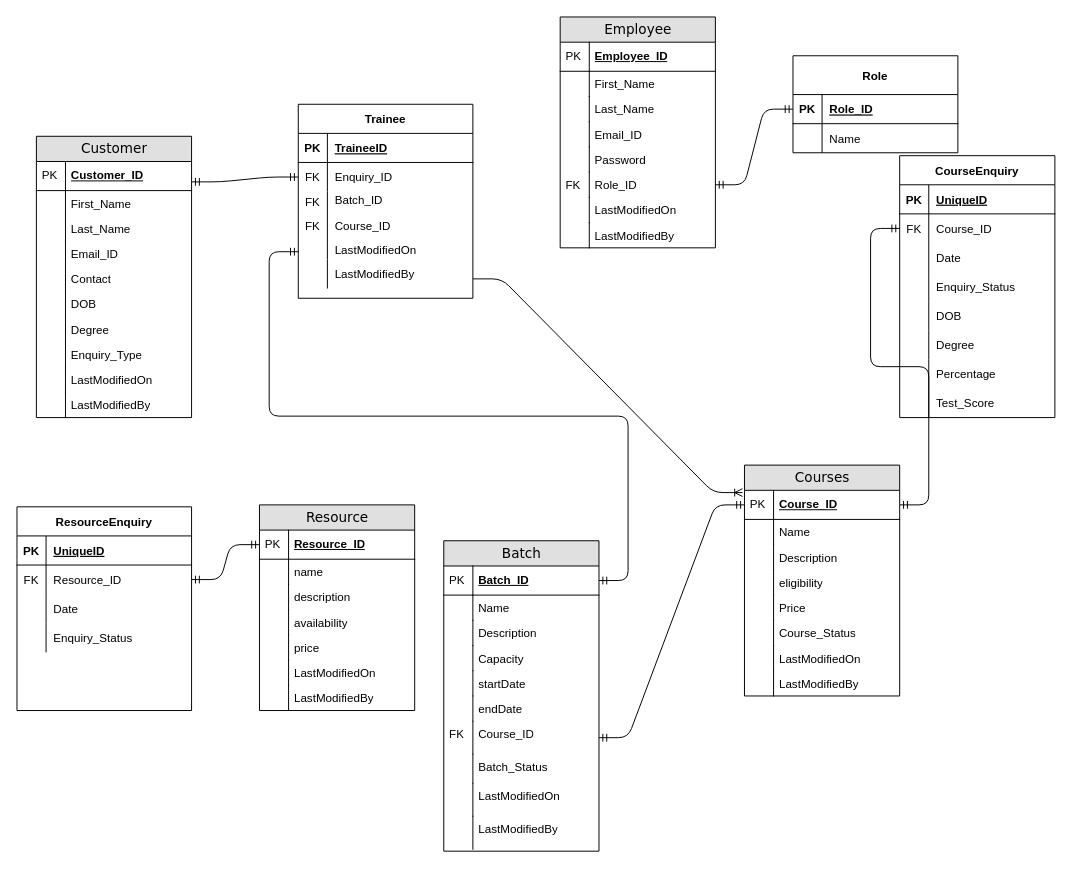
The draw.io diagram Untitled Diagram.drawio in sanketuttarwar/SE2_FaithInfotech, before the edit. Source tidied: cells renumbered, new cells numbered last; positions are measured from the earlier drawing's top-left corner, leaving out a move shared by most shapes. Both pictures are drawn from the tidied source at 97%, with x=0, y=0 at pixel (16, 16).
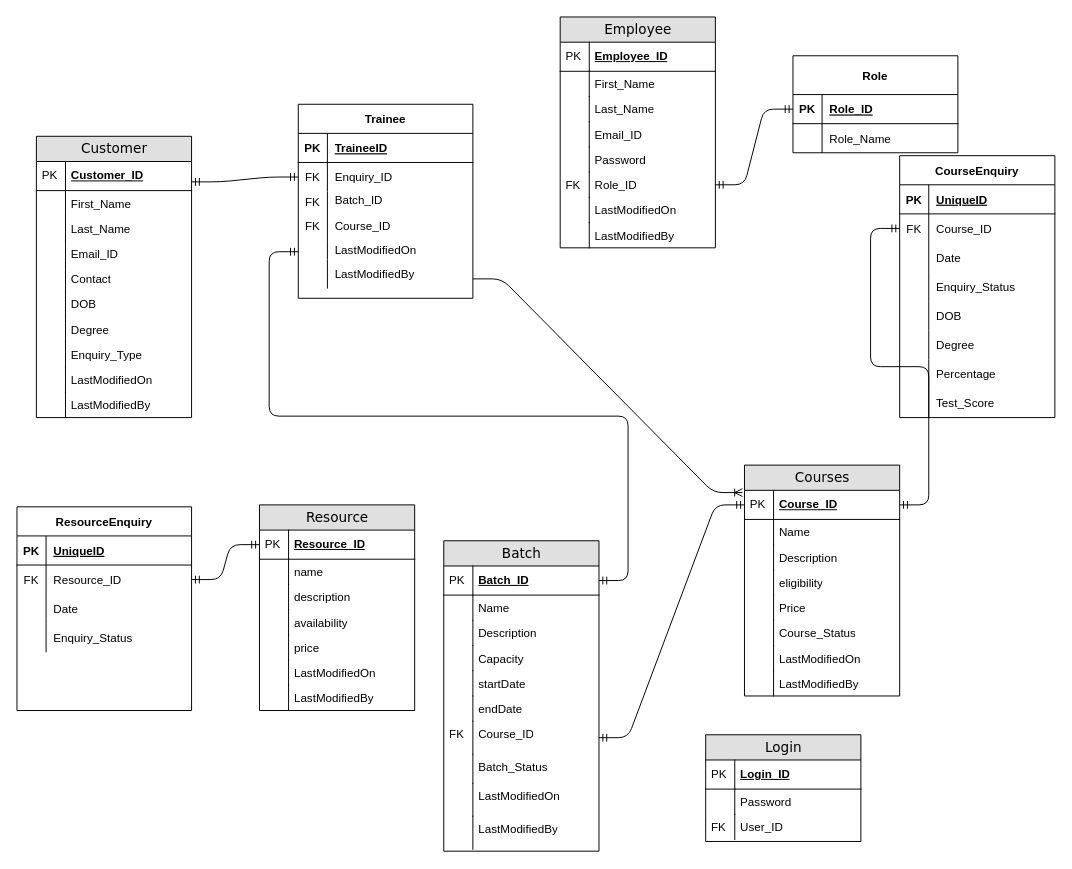
Above is the later version.

The change refers to these unchanged cells:
```xml
<mxCell id="6" style="shape=partialRectangle;fillColor=none;top=0;left=0;bottom=0;right=0;" parent="2" vertex="1">
  <mxGeometry y="70" width="170" height="30" as="geometry" />
</mxCell>
```

The edit, as a diff of the source:
```diff
@@
-    <mxCell id="8" value="Name" style="shape=partialRectangle;fillColor=none;top=0;left=0;bottom=0;right=0;align=left;spacingLeft=6;overflow=hidden;" parent="6" vertex="1">
+    <mxCell id="8" value="Role_Name" style="shape=partialRectangle;fillColor=none;top=0;left=0;bottom=0;right=0;align=left;spacingLeft=6;overflow=hidden;" parent="6" vertex="1">
       <mxGeometry x="30" width="140" height="30" as="geometry" />
     </mxCell>
@@
+    <mxCell id="164" value="Login" style="swimlane;html=1;fontStyle=0;horizontal=1;startSize=26;fillColor=#e0e0e0;swimlaneFillColor=#ffffff;align=center;rounded=0;shadow=0;comic=0;labelBackgroundColor=none;strokeWidth=1;fontFamily=Verdana;fontSize=14;" parent="1" vertex="1">
+      <mxGeometry x="710" y="740" width="160" height="110" as="geometry" />
+    </mxCell>
+    <mxCell id="165" value="Login_ID" style="shape=partialRectangle;top=0;left=0;right=0;bottom=1;html=1;align=left;verticalAlign=middle;fillColor=none;spacingLeft=34;spacingRight=4;whiteSpace=wrap;overflow=hidden;fontStyle=5;" parent="164" vertex="1">
+      <mxGeometry y="26" width="160" height="30" as="geometry" />
+    </mxCell>
+    <mxCell id="166" value="PK" style="shape=partialRectangle;top=0;left=0;bottom=0;html=1;fillColor=none;align=left;verticalAlign=middle;spacingLeft=4;spacingRight=4;whiteSpace=wrap;overflow=hidden;" parent="165" vertex="1">
+      <mxGeometry width="30" height="30" as="geometry" />
+    </mxCell>
+    <mxCell id="167" value="Password" style="shape=partialRectangle;top=0;left=0;right=0;bottom=0;html=1;align=left;verticalAlign=top;fillColor=none;spacingLeft=34;spacingRight=4;whiteSpace=wrap;overflow=hidden;" parent="164" vertex="1">
+      <mxGeometry y="56" width="160" height="26" as="geometry" />
+    </mxCell>
+    <mxCell id="168" style="shape=partialRectangle;top=0;left=0;bottom=0;html=1;fillColor=none;align=left;verticalAlign=top;spacingLeft=4;spacingRight=4;whiteSpace=wrap;overflow=hidden;" parent="167" vertex="1">
+      <mxGeometry width="30" height="26" as="geometry" />
+    </mxCell>
+    <mxCell id="169" value="User_ID" style="shape=partialRectangle;top=0;left=0;right=0;bottom=0;html=1;align=left;verticalAlign=top;fillColor=none;spacingLeft=34;spacingRight=4;whiteSpace=wrap;overflow=hidden;" parent="164" vertex="1">
+      <mxGeometry y="82" width="160" height="26" as="geometry" />
+    </mxCell>
+    <mxCell id="170" value="FK" style="shape=partialRectangle;top=0;left=0;bottom=0;html=1;fillColor=none;align=left;verticalAlign=top;spacingLeft=4;spacingRight=4;whiteSpace=wrap;overflow=hidden;" parent="169" vertex="1">
+      <mxGeometry width="30" height="26" as="geometry" />
+    </mxCell>
```
